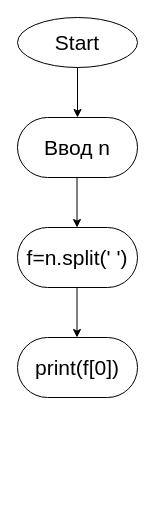
Earlier version of the draw.io diagram Untitled Diagram.drawio (dibovdmitry/laba5). Source tidied: cells renumbered, new cells numbered last; positions are measured from the earlier drawing's top-left corner, leaving out a move shared by most shapes. Both pictures are drawn from the tidied source at 100%, with x=0, y=0 at pixel (17, 17).
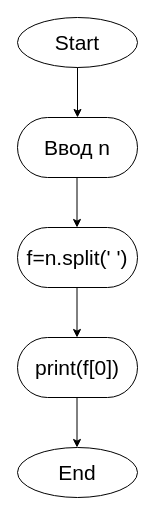
The same page after the edit.

Diff of the diagram source:
```diff
@@
 <mxGraphModel>
   <root>
     <mxCell id="0" />
     <mxCell id="1" parent="0" />
     <mxCell id="2" value="Start" style="ellipse;whiteSpace=wrap;html=1;fontSize=21;" parent="1" vertex="1">
       <mxGeometry width="120" height="50" as="geometry" />
     </mxCell>
     <mxCell id="3" style="endArrow=classic;html=1;fontSize=21;" parent="1" edge="1">
       <mxGeometry relative="1" as="geometry">
         <mxPoint x="60" y="50" as="sourcePoint" />
         <mxPoint x="60" y="100" as="targetPoint" />
       </mxGeometry>
     </mxCell>
     <mxCell id="4" value="Ввод n" style="rounded=1;whiteSpace=wrap;html=1;fontSize=21;arcSize=50;" parent="1" vertex="1">
       <mxGeometry y="100" width="120" height="60" as="geometry" />
     </mxCell>
     <mxCell id="5" style="endArrow=classic;html=1;fontSize=21;" parent="1" edge="1">
       <mxGeometry relative="1" as="geometry">
         <mxPoint x="59.5" y="160" as="sourcePoint" />
         <mxPoint x="59.5" y="210" as="targetPoint" />
       </mxGeometry>
     </mxCell>
     <mxCell id="6" value="f=n.split(' ')" style="rounded=1;whiteSpace=wrap;html=1;fontSize=21;arcSize=50;" parent="1" vertex="1">
       <mxGeometry y="210" width="120" height="60" as="geometry" />
     </mxCell>
     <mxCell id="7" style="endArrow=classic;html=1;fontSize=21;" parent="1" edge="1">
       <mxGeometry relative="1" as="geometry">
         <mxPoint x="59.5" y="270" as="sourcePoint" />
         <mxPoint x="59.5" y="320" as="targetPoint" />
       </mxGeometry>
     </mxCell>
     <mxCell id="8" value="print(f[0])" style="rounded=1;whiteSpace=wrap;html=1;fontSize=21;arcSize=50;" parent="1" vertex="1">
       <mxGeometry y="320" width="120" height="60" as="geometry" />
     </mxCell>
+    <mxCell id="9" style="endArrow=classic;html=1;fontSize=21;" parent="1" edge="1">
+      <mxGeometry relative="1" as="geometry">
+        <mxPoint x="59.5" y="380" as="sourcePoint" />
+        <mxPoint x="59.5" y="430" as="targetPoint" />
+      </mxGeometry>
+    </mxCell>
+    <mxCell id="10" value="End" style="ellipse;whiteSpace=wrap;html=1;fontSize=21;" parent="1" vertex="1">
+      <mxGeometry y="430" width="120" height="50" as="geometry" />
+    </mxCell>
   </root>
 </mxGraphModel>
```
